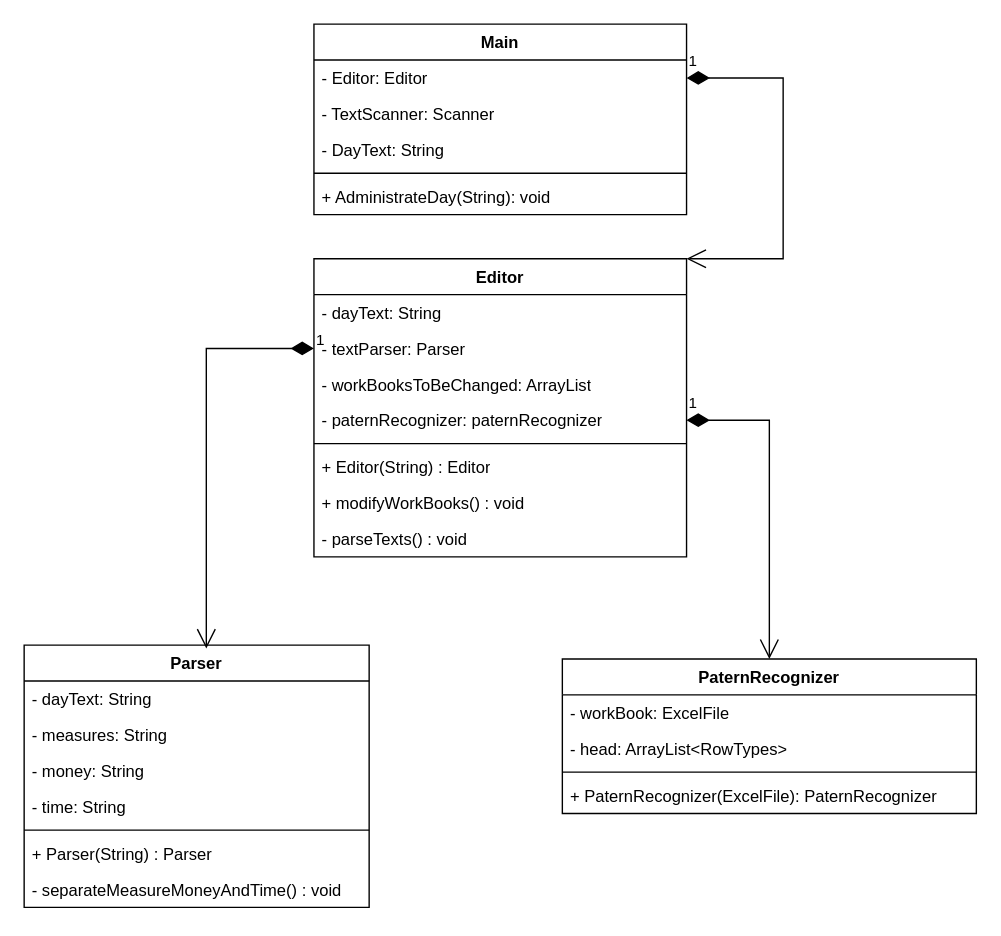
Above: ClassD_Java_Excel_Integration.drawio in gabrisattila/DayAdministrator (draw.io), before the change. Source tidied: cells renumbered, new cells numbered last; positions are measured from the earlier drawing's top-left corner, leaving out a move shared by most shapes. Both pictures are drawn from the tidied source at 138%, with x=0, y=0 at pixel (23, 23).
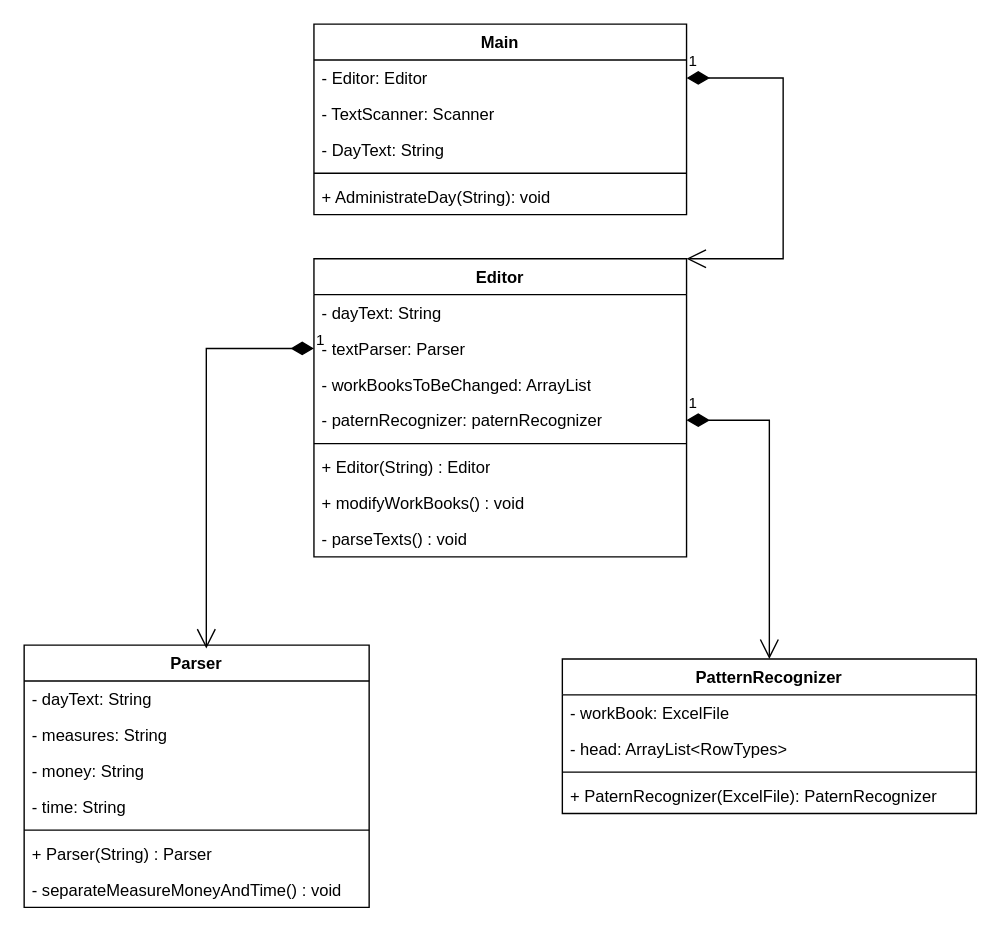
The same diagram, later.

The edit, as a diff of the source:
```diff
@@
-    <mxCell id="19" value="PaternRecognizer" style="swimlane;fontStyle=1;align=center;verticalAlign=top;horizontal=1;startSize=26;whiteSpace=wrap;html=1;" parent="1" vertex="1">
+    <mxCell id="19" value="PatternRecognizer" style="swimlane;fontStyle=1;align=center;verticalAlign=top;horizontal=1;startSize=26;whiteSpace=wrap;html=1;" parent="1" vertex="1">
       <mxGeometry x="390" y="460" width="300" height="112" as="geometry" />
     </mxCell>
```
